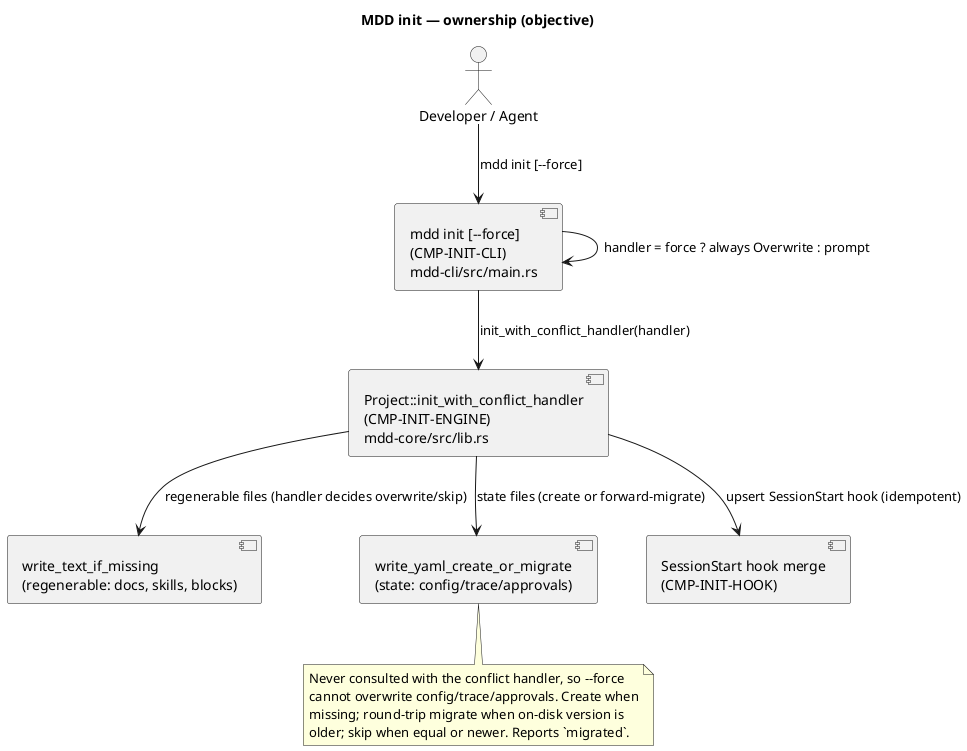
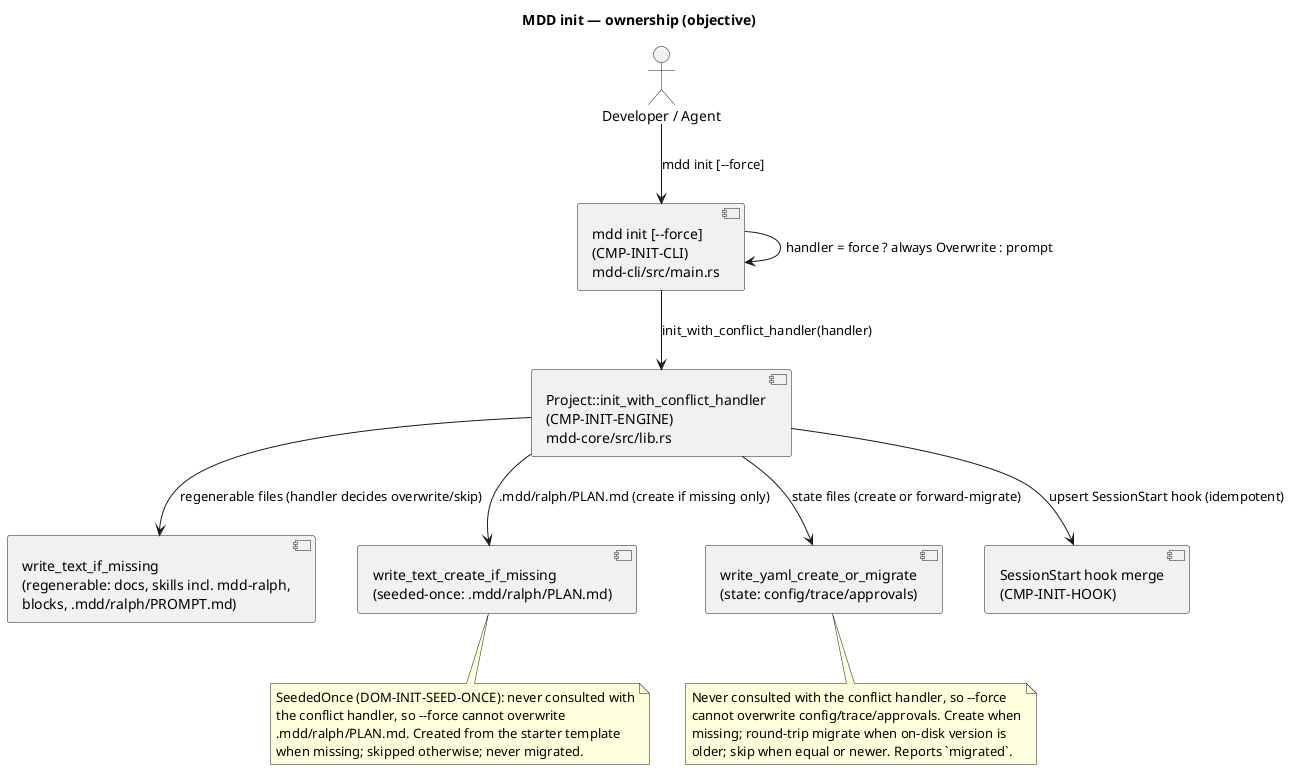
@startuml
' @id(CMP-INIT-CLI)
' @desc(CMP-INIT-CLI, "The `mdd init [--force]` subcommand in crates/mdd-cli/src/main.rs: the Commands::Init { force: bool } variant (a `--force` flag, mirroring `mdd clean --force`) and its match arm. The arm chooses the conflict handler — an always-Overwrite closure when force is set, otherwise the existing interactive prompt_init_conflict — and calls Project::init_with_conflict_handler. It then prints the InitReport, now including a `migrated {path}` line beside created/overwritten/skipped. Thin presentation layer, like Commands::Validate; the file-policy and migration logic live in CMP-INIT-ENGINE.")
' @id(CMP-INIT-ENGINE)
- ' @desc(CMP-INIT-ENGINE, "Project::init_with_conflict_handler in crates/mdd-core/src/lib.rs and its write helpers. It creates the directory tree, writes each REGENERABLE file through write_text_if_missing(handler) (so the handler decides overwrite vs skip on conflict), refreshes the CLAUDE.md/AGENTS.md managed blocks, and invokes the SessionStart hook merge (CMP-INIT-HOOK). For the three AccumulatingState files it now calls write_yaml_create_or_migrate instead of write_yaml_create_only: create-from-default when missing, else a forward-only round-trip migration (DOM-STATE-MIGRATION) when the on-disk version is older, else skip. The state path never receives the conflict handler, so --force cannot reach config/trace/approvals. Returns InitReport { created, overwritten, migrated, skipped }.")
- ' Objective ownership for cycle 0018. The CLI adds a --force flag and a
- ' migrated report line; mdd-core gains create-or-migrate for state files
- ' while reusing its existing regenerable-file and hook machinery.
+ ' @desc(CMP-INIT-ENGINE, "Project::init_with_conflict_handler in crates/mdd-core/src/lib.rs and its write helpers. It creates the directory tree (including .mdd/ralph), writes each REGENERABLE file through write_text_if_missing(handler) (so the handler decides overwrite vs skip on conflict) — including the mdd-ralph workflow SKILL.md under .claude/.codex and .mdd/ralph/PROMPT.md — refreshes the CLAUDE.md/AGENTS.md managed blocks, and invokes the SessionStart hook merge (CMP-INIT-HOOK). For the SeededOnce file .mdd/ralph/PLAN.md (DOM-INIT-SEED-ONCE) it calls write_text_create_if_missing: create from the starter template when missing, else skip — never overwritten, no handler. For the three AccumulatingState files it calls write_yaml_create_or_migrate: create-from-default when missing, else a forward-only round-trip migration (DOM-STATE-MIGRATION) when the on-disk version is older, else skip. Neither the SeededOnce nor the state path receives the conflict handler, so --force cannot reach PLAN.md or config/trace/approvals. Returns InitReport { created, overwritten, migrated, skipped }.")
+ ' Objective ownership for cycle 0018 (--force + migrated report) and
+ ' cycle 0022 (Ralph workspace). The CLI is unchanged for Ralph; mdd-core
+ ' adds write_text_create_if_missing for the seeded-once PLAN.md and seeds
+ ' the mdd-ralph skill + .mdd/ralph/ via its existing regenerable machinery.
title MDD init — ownership (objective)

actor "Developer / Agent" as Dev

component "mdd init [--force]\n(CMP-INIT-CLI)\nmdd-cli/src/main.rs" as Cli
component "Project::init_with_conflict_handler\n(CMP-INIT-ENGINE)\nmdd-core/src/lib.rs" as Engine
- component "write_text_if_missing\n(regenerable: docs, skills, blocks)" as Text
+ component "write_text_if_missing\n(regenerable: docs, skills incl. mdd-ralph,\nblocks, .mdd/ralph/PROMPT.md)" as Text
+ component "write_text_create_if_missing\n(seeded-once: .mdd/ralph/PLAN.md)" as Seed
component "write_yaml_create_or_migrate\n(state: config/trace/approvals)" as Yaml
component "SessionStart hook merge\n(CMP-INIT-HOOK)" as Hook

Dev --> Cli : mdd init [--force]
Cli --> Engine : init_with_conflict_handler(handler)
Cli --> Cli : handler = force ? always Overwrite : prompt
Engine --> Text : regenerable files (handler decides overwrite/skip)
+ Engine --> Seed : .mdd/ralph/PLAN.md (create if missing only)
Engine --> Yaml : state files (create or forward-migrate)
Engine --> Hook : upsert SessionStart hook (idempotent)
+ 
+ note bottom of Seed
+   SeededOnce (DOM-INIT-SEED-ONCE): never consulted with
+   the conflict handler, so --force cannot overwrite
+   .mdd/ralph/PLAN.md. Created from the starter template
+   when missing; skipped otherwise; never migrated.
+ end note

note bottom of Yaml
  Never consulted with the conflict handler, so --force
  cannot overwrite config/trace/approvals. Create when
  missing; round-trip migrate when on-disk version is
  older; skip when equal or newer. Reports `migrated`.
end note
@enduml
